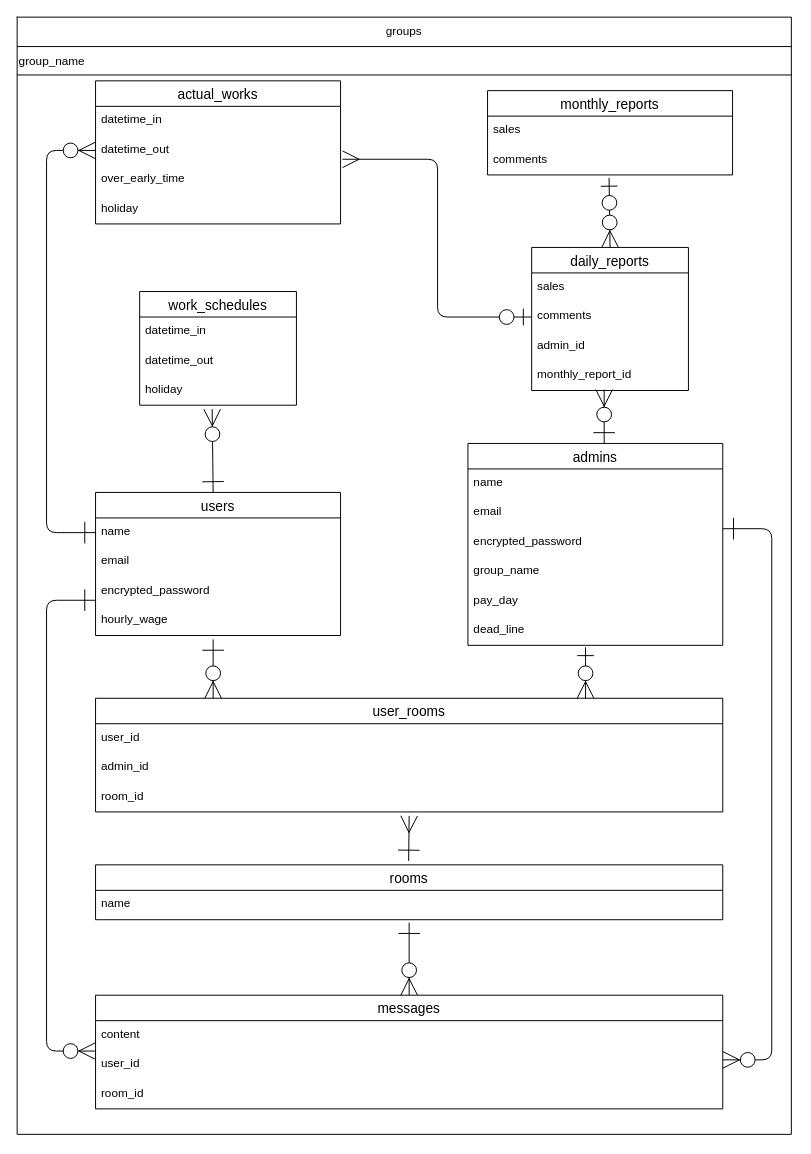
Before: SS_er.dio in yohei-ota/shift-success, a draw.io diagram. Source tidied: cells renumbered, new cells numbered last; positions are measured from the earlier drawing's top-left corner, leaving out a move shared by most shapes. Both pictures are drawn from the tidied source at 98%, with x=0, y=0 at pixel (17, 17).
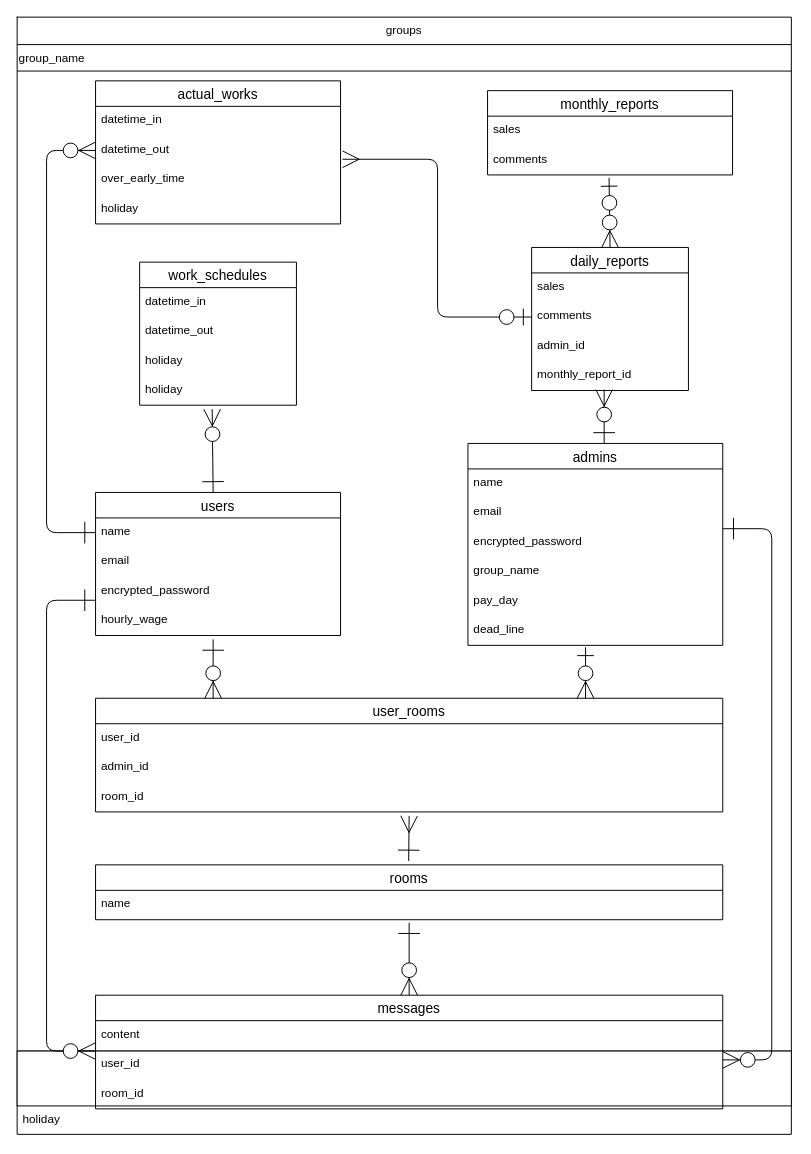
After the change.

The change refers to these unchanged cells:
```xml
<mxCell id="2" style="shape=table;startSize=0;childLayout=tableLayout;" parent="1" vertex="1">
  <mxGeometry width="790" height="1140" as="geometry" />
</mxCell>
```

Diff of the diagram source:
```diff
@@
     <mxCell id="3" style="shape=partialRectangle;fillColor=none;top=0;left=0;bottom=0;right=0;" parent="2" vertex="1">
-      <mxGeometry width="790" height="30" as="geometry" />
+      <mxGeometry width="790" height="28" as="geometry" />
     </mxCell>
     <mxCell id="4" value="groups" style="shape=partialRectangle;html=1;whiteSpace=wrap;overflow=hidden;fillColor=none;top=0;left=0;bottom=0;right=0;" parent="3" vertex="1">
-      <mxGeometry width="790" height="30" as="geometry" />
+      <mxGeometry width="790" height="28" as="geometry" />
     </mxCell>
     <mxCell id="5" style="shape=partialRectangle;fillColor=none;top=0;left=0;bottom=0;right=0;" parent="2" vertex="1">
-      <mxGeometry y="30" width="790" height="29" as="geometry" />
+      <mxGeometry y="28" width="790" height="27" as="geometry" />
     </mxCell>
     <mxCell id="6" value="group_name" style="shape=partialRectangle;html=1;whiteSpace=wrap;overflow=hidden;fillColor=none;top=0;left=0;bottom=0;right=0;align=left;" parent="5" vertex="1">
-      <mxGeometry width="790" height="29" as="geometry" />
+      <mxGeometry width="790" height="27" as="geometry" />
     </mxCell>
     <mxCell id="7" style="shape=partialRectangle;fillColor=none;top=0;left=0;bottom=0;right=0;" parent="2" vertex="1">
-      <mxGeometry y="59" width="790" height="1081" as="geometry" />
+      <mxGeometry y="55" width="790" height="1000" as="geometry" />
     </mxCell>
     <mxCell id="8" style="shape=partialRectangle;html=1;whiteSpace=wrap;overflow=hidden;fillColor=none;top=0;left=0;bottom=0;right=0;" parent="7" vertex="1">
-      <mxGeometry width="790" height="1081" as="geometry" />
+      <mxGeometry width="790" height="1000" as="geometry" />
     </mxCell>
+    <mxCell id="61" style="whiteSpace=wrap;html=1;" parent="2" vertex="1">
+      <mxGeometry y="1055" width="790" height="56" as="geometry" />
+    </mxCell>
+    <mxCell id="62" value="holiday" style="text;strokeColor=none;fillColor=none;spacingLeft=4;spacingRight=4;overflow=hidden;fontSize=12;" parent="2" vertex="1">
+      <mxGeometry y="1111" width="790" height="29" as="geometry" />
+    </mxCell>
     <mxCell id="9" value="work_schedules" style="swimlane;fontStyle=0;horizontal=1;startSize=26;align=center;fontSize=14;" parent="1" vertex="1">
-      <mxGeometry x="125" y="280" width="160" height="116" as="geometry" />
+      <mxGeometry x="125" y="250" width="160" height="146" as="geometry" />
     </mxCell>
@@
+    <mxCell id="63" value="holiday" style="text;strokeColor=none;fillColor=none;spacingLeft=4;spacingRight=4;overflow=hidden;fontSize=12;" parent="9" vertex="1">
+      <mxGeometry y="86" width="160" height="30" as="geometry" />
+    </mxCell>
     <mxCell id="12" value="holiday" style="text;strokeColor=none;fillColor=none;spacingLeft=4;spacingRight=4;overflow=hidden;fontSize=12;" parent="9" vertex="1">
-      <mxGeometry y="86" width="160" height="30" as="geometry" />
+      <mxGeometry y="116" width="160" height="30" as="geometry" />
     </mxCell>
```
